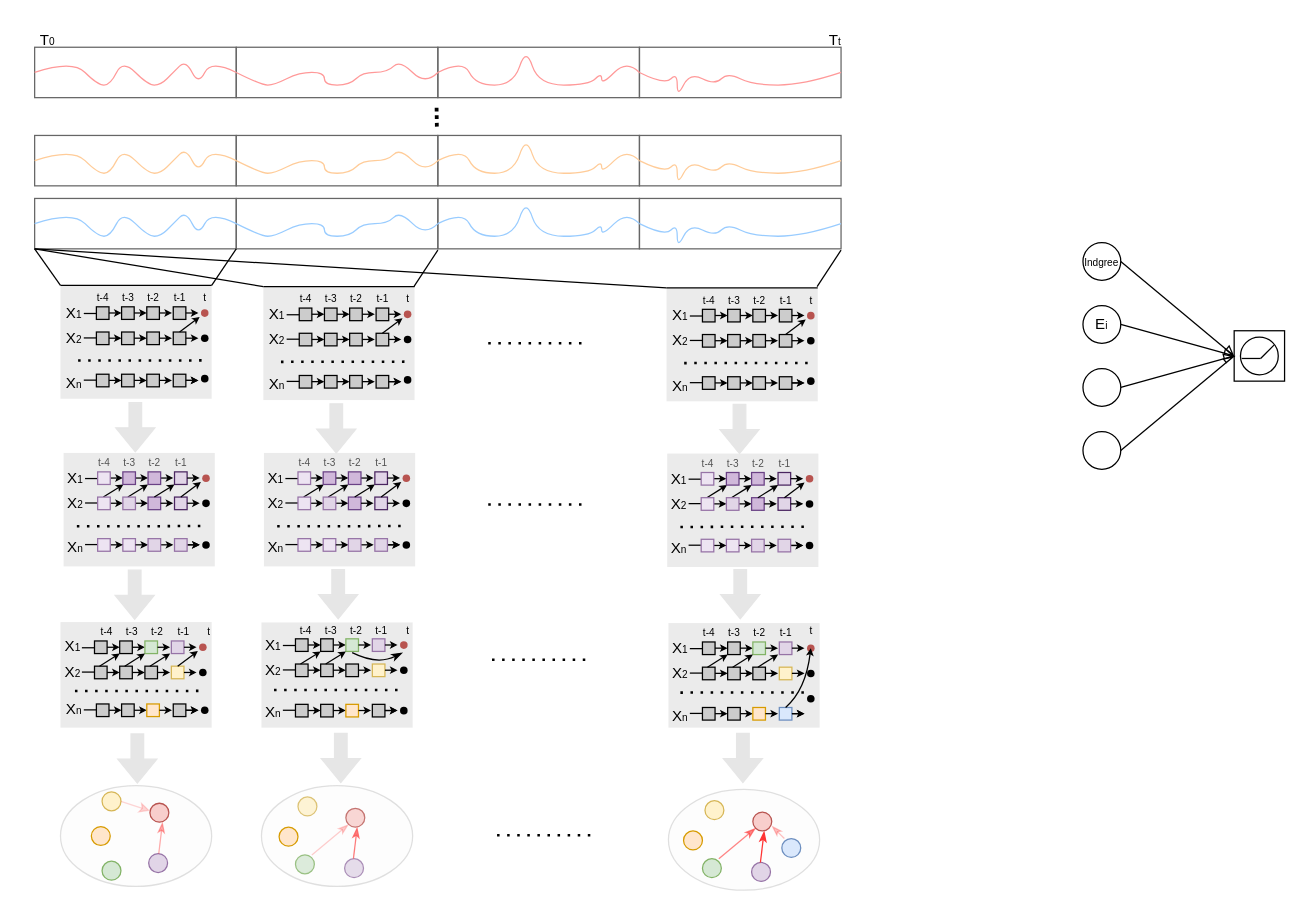
Before: Causal.drawio in hzb29/hzb29, a draw.io diagram. Source tidied: cells renumbered, new cells numbered last; positions are measured from the earlier drawing's top-left corner, leaving out a move shared by most shapes. Both pictures are drawn from the tidied source at 126%, with x=0, y=0 at pixel (21, 21).
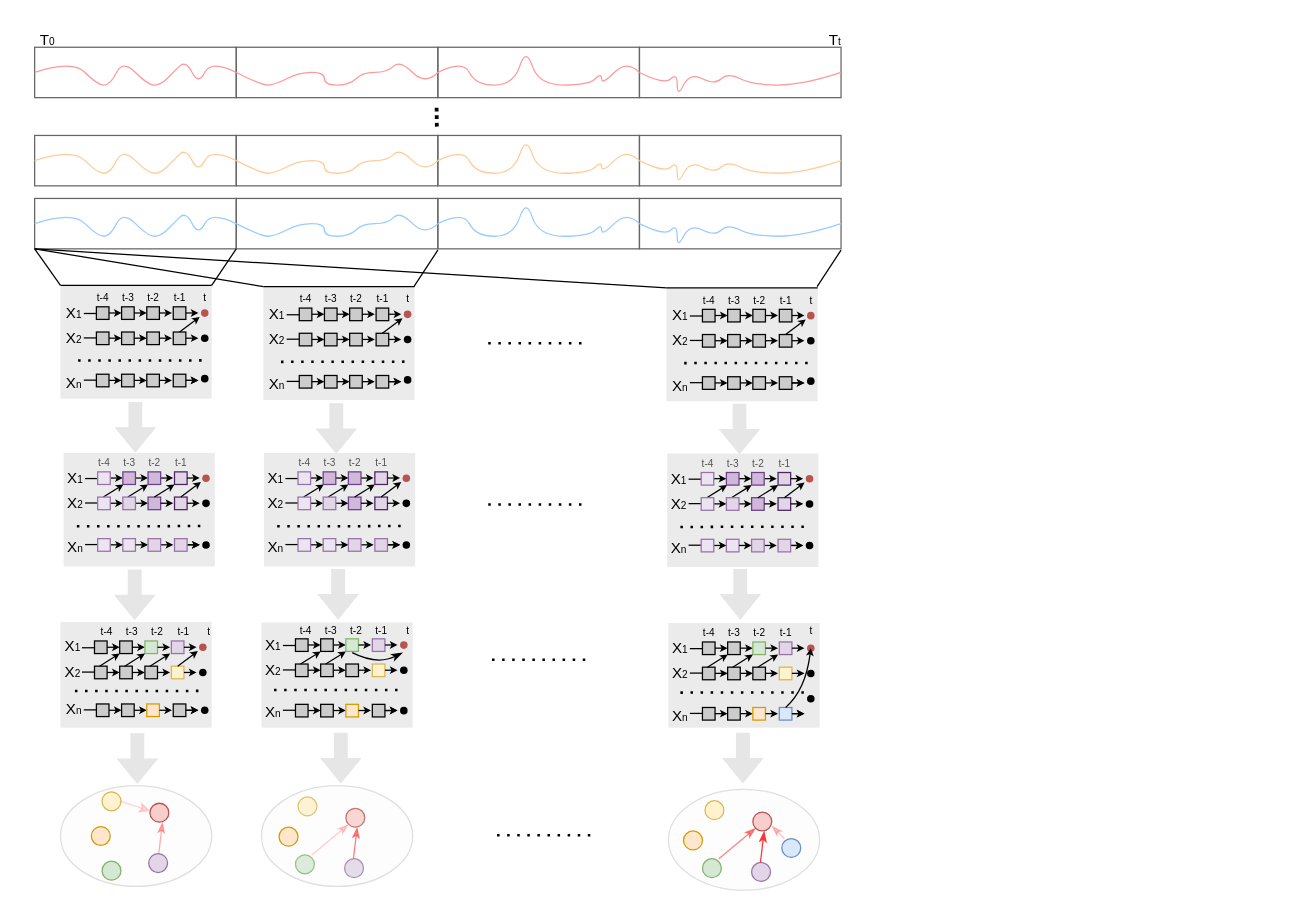
The same page after the edit.

Change to the diagram source:
```diff
@@
-    <mxCell id="44" value="&lt;font style=&quot;font-size: 8px;&quot;&gt;Indgree&lt;/font&gt;" style="ellipse;whiteSpace=wrap;html=1;" parent="1" vertex="1">
-      <mxGeometry x="842" y="175" width="30" height="30" as="geometry" />
-    </mxCell>
-    <mxCell id="45" value="E&lt;font style=&quot;font-size: 8px;&quot;&gt;i&lt;/font&gt;" style="ellipse;whiteSpace=wrap;html=1;" parent="1" vertex="1">
-      <mxGeometry x="842" y="225" width="30" height="30" as="geometry" />
-    </mxCell>
-    <mxCell id="46" style="ellipse;whiteSpace=wrap;html=1;" parent="1" vertex="1">
-      <mxGeometry x="842" y="275" width="30" height="30" as="geometry" />
-    </mxCell>
-    <mxCell id="47" style="ellipse;whiteSpace=wrap;html=1;" parent="1" vertex="1">
-      <mxGeometry x="842" y="325" width="30" height="30" as="geometry" />
-    </mxCell>
@@
-    <mxCell id="58" style="whiteSpace=wrap;html=1;" parent="1" vertex="1">
-      <mxGeometry x="962" y="245" width="40" height="40" as="geometry" />
-    </mxCell>
-    <mxCell id="59" style="ellipse;whiteSpace=wrap;html=1;" parent="1" vertex="1">
-      <mxGeometry x="967" y="250" width="30" height="30" as="geometry" />
-    </mxCell>
-    <mxCell id="60" style="endArrow=none;html=1;rounded=0;entryX=1;entryY=0;entryDx=0;entryDy=0;" parent="1" edge="1">
-      <mxGeometry relative="1" as="geometry">
-        <mxPoint x="983" y="267" as="sourcePoint" />
-        <mxPoint x="993.6" y="256.4" as="targetPoint" />
-      </mxGeometry>
-    </mxCell>
-    <mxCell id="61" style="endArrow=none;html=1;rounded=0;exitX=0;exitY=0.5;exitDx=0;exitDy=0;" parent="1" edge="1">
-      <mxGeometry relative="1" as="geometry">
-        <mxPoint x="968" y="267" as="sourcePoint" />
-        <mxPoint x="983" y="267" as="targetPoint" />
-      </mxGeometry>
-    </mxCell>
-    <mxCell id="62" style="endArrow=async;html=1;rounded=0;exitX=1;exitY=0.5;exitDx=0;exitDy=0;entryX=0;entryY=0.5;entryDx=0;entryDy=0;endFill=0;" parent="1" edge="1" source="44" target="58">
-      <mxGeometry relative="1" as="geometry" />
-    </mxCell>
-    <mxCell id="63" style="endArrow=async;html=1;rounded=0;exitX=1;exitY=0.5;exitDx=0;exitDy=0;entryX=0;entryY=0.5;entryDx=0;entryDy=0;endFill=0;" parent="1" edge="1" source="45" target="58">
-      <mxGeometry relative="1" as="geometry" />
-    </mxCell>
-    <mxCell id="64" style="endArrow=async;html=1;rounded=0;exitX=1;exitY=0.5;exitDx=0;exitDy=0;entryX=0;entryY=0.5;entryDx=0;entryDy=0;endFill=0;" parent="1" edge="1" source="46" target="58">
-      <mxGeometry relative="1" as="geometry" />
-    </mxCell>
-    <mxCell id="65" style="endArrow=async;html=1;rounded=0;exitX=1;exitY=0.5;exitDx=0;exitDy=0;entryX=0;entryY=0.5;entryDx=0;entryDy=0;endFill=0;" parent="1" edge="1" source="47" target="58">
-      <mxGeometry relative="1" as="geometry" />
-    </mxCell>
```
